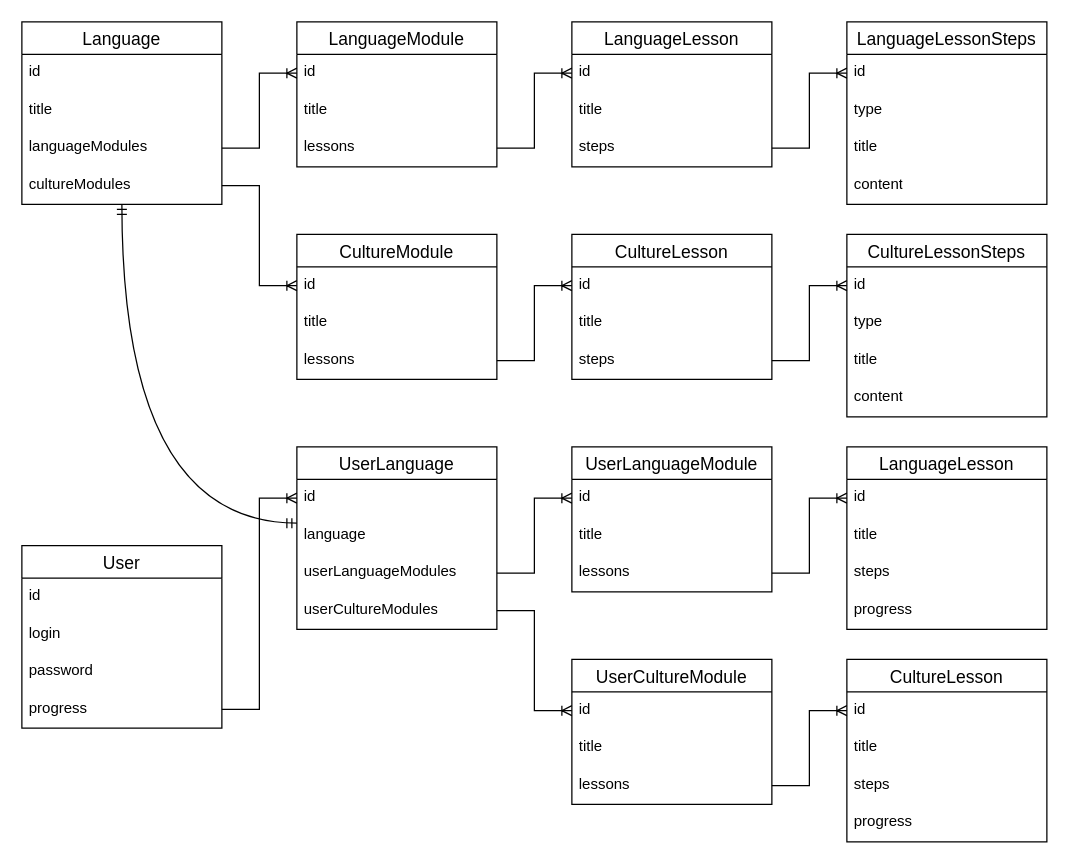
The draw.io diagram server/LearLangServerModel.drawio in Arteminariy/LearnLang, before the edit. Source tidied: cells renumbered, new cells numbered last; positions are measured from the earlier drawing's top-left corner, leaving out a move shared by most shapes. Both pictures are drawn from the tidied source at 125%, with x=0, y=0 at pixel (21, 21).
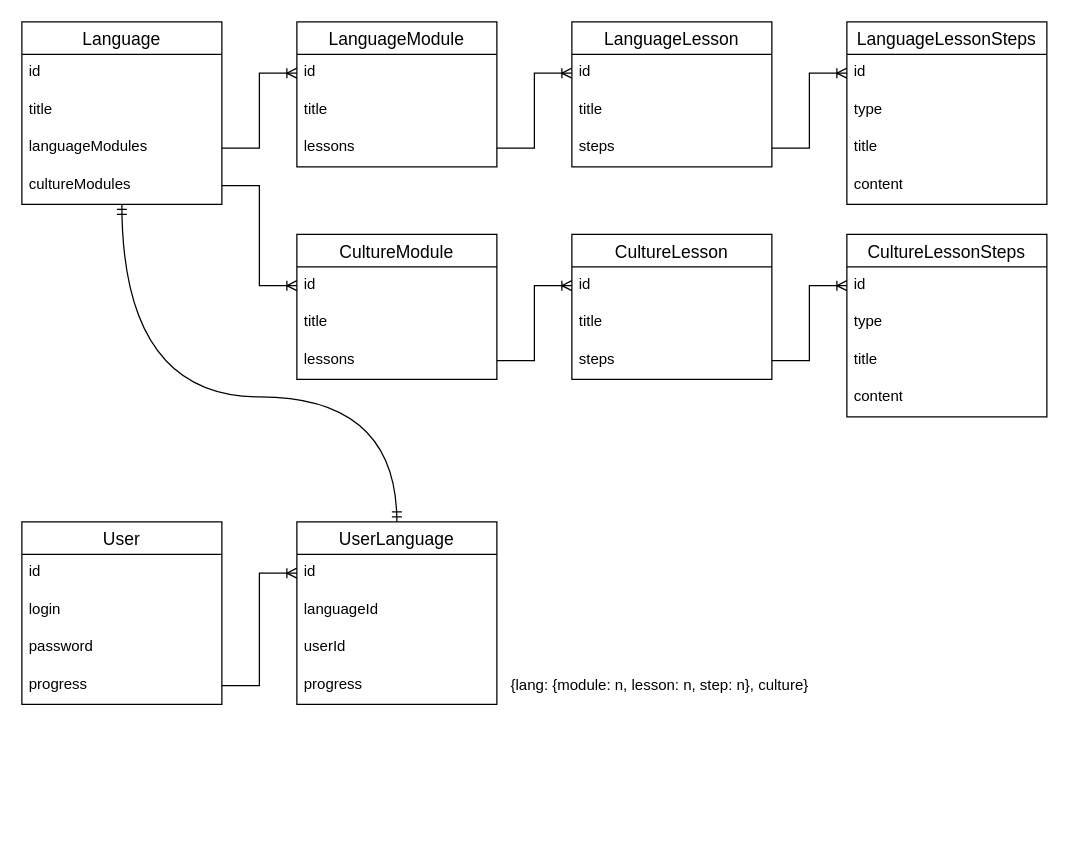
The same page after the edit.

The change refers to these unchanged cells:
```xml
<mxCell id="15" value="cultureModules" style="text;strokeColor=none;fillColor=none;spacingLeft=4;spacingRight=4;overflow=hidden;points=[[0,0.5],[1,0.5]];portConstraint=eastwest;fontSize=12;whiteSpace=wrap;html=1;" parent="11" vertex="1">
  <mxGeometry y="116" width="160" height="30" as="geometry" />
</mxCell>
```

What changed in the source:
```diff
@@
     <mxCell id="39" value="User" style="swimlane;fontStyle=0;horizontal=1;startSize=26;align=center;fontSize=14;" parent="1" vertex="1">
-      <mxGeometry y="419" width="160" height="146" as="geometry" />
+      <mxGeometry y="400" width="160" height="146" as="geometry" />
     </mxCell>
@@
-    <mxCell id="44" value="UserLanguageModule" style="swimlane;fontStyle=0;horizontal=1;startSize=26;align=center;fontSize=14;" parent="1" vertex="1">
-      <mxGeometry x="440" y="340" width="160" height="116" as="geometry" />
-    </mxCell>
-    <mxCell id="45" value="id" style="text;strokeColor=none;fillColor=none;spacingLeft=4;spacingRight=4;overflow=hidden;points=[[0,0.5],[1,0.5]];portConstraint=eastwest;fontSize=12;whiteSpace=wrap;html=1;" parent="44" vertex="1">
-      <mxGeometry y="26" width="160" height="30" as="geometry" />
-    </mxCell>
-    <mxCell id="46" value="title" style="text;strokeColor=none;fillColor=none;spacingLeft=4;spacingRight=4;overflow=hidden;fontSize=12;whiteSpace=wrap;html=1;" parent="44" vertex="1">
-      <mxGeometry y="56" width="160" height="30" as="geometry" />
-    </mxCell>
-    <mxCell id="47" value="lessons" style="text;strokeColor=none;fillColor=none;spacingLeft=4;spacingRight=4;overflow=hidden;points=[[0,0.5],[1,0.5]];portConstraint=eastwest;fontSize=12;whiteSpace=wrap;html=1;" parent="44" vertex="1">
-      <mxGeometry y="86" width="160" height="30" as="geometry" />
-    </mxCell>
-    <mxCell id="48" value="LanguageLesson" style="swimlane;fontStyle=0;horizontal=1;startSize=26;align=center;fontSize=14;" parent="1" vertex="1">
-      <mxGeometry x="660" y="340" width="160" height="146" as="geometry" />
-    </mxCell>
-    <mxCell id="49" value="id" style="text;strokeColor=none;fillColor=none;spacingLeft=4;spacingRight=4;overflow=hidden;points=[[0,0.5],[1,0.5]];portConstraint=eastwest;fontSize=12;whiteSpace=wrap;html=1;" parent="48" vertex="1">
-      <mxGeometry y="26" width="160" height="30" as="geometry" />
-    </mxCell>
-    <mxCell id="50" value="title" style="text;strokeColor=none;fillColor=none;spacingLeft=4;spacingRight=4;overflow=hidden;fontSize=12;whiteSpace=wrap;html=1;" parent="48" vertex="1">
-      <mxGeometry y="56" width="160" height="30" as="geometry" />
-    </mxCell>
-    <mxCell id="51" value="steps" style="text;strokeColor=none;fillColor=none;spacingLeft=4;spacingRight=4;overflow=hidden;fontSize=12;whiteSpace=wrap;html=1;" parent="48" vertex="1">
-      <mxGeometry y="86" width="160" height="30" as="geometry" />
-    </mxCell>
-    <mxCell id="52" value="progress" style="text;strokeColor=none;fillColor=none;spacingLeft=4;spacingRight=4;overflow=hidden;fontSize=12;whiteSpace=wrap;html=1;" parent="48" vertex="1">
-      <mxGeometry y="116" width="160" height="30" as="geometry" />
-    </mxCell>
-    <mxCell id="53" style="edgeStyle=entityRelationEdgeStyle;fontSize=12;html=1;endArrow=ERoneToMany;rounded=0;" parent="1" edge="1" source="47" target="49">
-      <mxGeometry relative="1" as="geometry" />
-    </mxCell>
     <mxCell id="54" value="UserLanguage" style="swimlane;fontStyle=0;horizontal=1;startSize=26;align=center;fontSize=14;" parent="1" vertex="1">
-      <mxGeometry x="220" y="340" width="160" height="146" as="geometry" />
+      <mxGeometry x="220" y="400" width="160" height="146" as="geometry" />
     </mxCell>
@@
-    <mxCell id="56" value="language" style="text;strokeColor=none;fillColor=none;spacingLeft=4;spacingRight=4;overflow=hidden;points=[[0,0.5],[1,0.5]];portConstraint=eastwest;fontSize=12;whiteSpace=wrap;html=1;" parent="54" vertex="1">
+    <mxCell id="56" value="languageId" style="text;strokeColor=none;fillColor=none;spacingLeft=4;spacingRight=4;overflow=hidden;points=[[0,0.5],[1,0.5]];portConstraint=eastwest;fontSize=12;whiteSpace=wrap;html=1;" parent="54" vertex="1">
       <mxGeometry y="56" width="160" height="30" as="geometry" />
     </mxCell>
-    <mxCell id="57" value="userLanguageModules" style="text;strokeColor=none;fillColor=none;spacingLeft=4;spacingRight=4;overflow=hidden;points=[[0,0.5],[1,0.5]];portConstraint=eastwest;fontSize=12;whiteSpace=wrap;html=1;" parent="54" vertex="1">
+    <mxCell id="57" value="userId" style="text;strokeColor=none;fillColor=none;spacingLeft=4;spacingRight=4;overflow=hidden;points=[[0,0.5],[1,0.5]];portConstraint=eastwest;fontSize=12;whiteSpace=wrap;html=1;" parent="54" vertex="1">
       <mxGeometry y="86" width="160" height="30" as="geometry" />
     </mxCell>
-    <mxCell id="58" value="userCultureModules" style="text;strokeColor=none;fillColor=none;spacingLeft=4;spacingRight=4;overflow=hidden;points=[[0,0.5],[1,0.5]];portConstraint=eastwest;fontSize=12;whiteSpace=wrap;html=1;" parent="54" vertex="1">
-      <mxGeometry y="116" width="160" height="30" as="geometry" />
-    </mxCell>
-    <mxCell id="59" style="edgeStyle=entityRelationEdgeStyle;fontSize=12;html=1;endArrow=ERoneToMany;rounded=0;" parent="1" edge="1" source="57" target="45">
-      <mxGeometry relative="1" as="geometry" />
-    </mxCell>
-    <mxCell id="60" value="UserCultureModule" style="swimlane;fontStyle=0;horizontal=1;startSize=26;align=center;fontSize=14;" parent="1" vertex="1">
-      <mxGeometry x="440" y="510" width="160" height="116" as="geometry" />
-    </mxCell>
-    <mxCell id="61" value="id" style="text;strokeColor=none;fillColor=none;spacingLeft=4;spacingRight=4;overflow=hidden;points=[[0,0.5],[1,0.5]];portConstraint=eastwest;fontSize=12;whiteSpace=wrap;html=1;" parent="60" vertex="1">
-      <mxGeometry y="26" width="160" height="30" as="geometry" />
-    </mxCell>
-    <mxCell id="62" value="title" style="text;strokeColor=none;fillColor=none;spacingLeft=4;spacingRight=4;overflow=hidden;fontSize=12;whiteSpace=wrap;html=1;" parent="60" vertex="1">
-      <mxGeometry y="56" width="160" height="30" as="geometry" />
-    </mxCell>
-    <mxCell id="63" value="lessons" style="text;strokeColor=none;fillColor=none;spacingLeft=4;spacingRight=4;overflow=hidden;points=[[0,0.5],[1,0.5]];portConstraint=eastwest;fontSize=12;whiteSpace=wrap;html=1;" parent="60" vertex="1">
-      <mxGeometry y="86" width="160" height="30" as="geometry" />
-    </mxCell>
-    <mxCell id="64" style="edgeStyle=entityRelationEdgeStyle;fontSize=12;html=1;endArrow=ERoneToMany;rounded=0;" parent="1" edge="1" source="58" target="61">
-      <mxGeometry relative="1" as="geometry" />
-    </mxCell>
-    <mxCell id="65" value="CultureLesson" style="swimlane;fontStyle=0;horizontal=1;startSize=26;align=center;fontSize=14;" parent="1" vertex="1">
-      <mxGeometry x="660" y="510" width="160" height="146" as="geometry" />
-    </mxCell>
-    <mxCell id="66" value="id" style="text;strokeColor=none;fillColor=none;spacingLeft=4;spacingRight=4;overflow=hidden;points=[[0,0.5],[1,0.5]];portConstraint=eastwest;fontSize=12;whiteSpace=wrap;html=1;" parent="65" vertex="1">
-      <mxGeometry y="26" width="160" height="30" as="geometry" />
-    </mxCell>
-    <mxCell id="67" value="title" style="text;strokeColor=none;fillColor=none;spacingLeft=4;spacingRight=4;overflow=hidden;fontSize=12;whiteSpace=wrap;html=1;" parent="65" vertex="1">
-      <mxGeometry y="56" width="160" height="30" as="geometry" />
-    </mxCell>
-    <mxCell id="68" value="steps" style="text;strokeColor=none;fillColor=none;spacingLeft=4;spacingRight=4;overflow=hidden;fontSize=12;whiteSpace=wrap;html=1;" parent="65" vertex="1">
-      <mxGeometry y="86" width="160" height="30" as="geometry" />
-    </mxCell>
-    <mxCell id="69" value="progress" style="text;strokeColor=none;fillColor=none;spacingLeft=4;spacingRight=4;overflow=hidden;fontSize=12;whiteSpace=wrap;html=1;" parent="65" vertex="1">
-      <mxGeometry y="116" width="160" height="30" as="geometry" />
-    </mxCell>
-    <mxCell id="70" style="edgeStyle=entityRelationEdgeStyle;fontSize=12;html=1;endArrow=ERoneToMany;rounded=0;" parent="1" edge="1" source="63" target="66">
-      <mxGeometry relative="1" as="geometry" />
-    </mxCell>
+    <mxCell id="74" value="progress" style="text;strokeColor=none;fillColor=none;spacingLeft=4;spacingRight=4;overflow=hidden;fontSize=12;whiteSpace=wrap;html=1;" parent="54" vertex="1">
+      <mxGeometry y="116" width="160" height="30" as="geometry" />
+    </mxCell>
@@
-    <mxCell id="73" style="edgeStyle=orthogonalEdgeStyle;fontSize=12;html=1;endArrow=ERmandOne;startArrow=ERmandOne;rounded=0;curved=1;" parent="1" edge="1" source="56" target="15">
+    <mxCell id="73" style="edgeStyle=orthogonalEdgeStyle;fontSize=12;html=1;endArrow=ERmandOne;startArrow=ERmandOne;rounded=0;curved=1;exitX=0.5;exitY=0;exitDx=0;exitDy=0;" parent="1" edge="1" source="54" target="15">
       <mxGeometry relative="1" as="geometry">
         <Array as="points">
-          <mxPoint x="80" y="401" />
+          <mxPoint x="300" y="300" />
+          <mxPoint x="80" y="300" />
         </Array>
       </mxGeometry>
     </mxCell>
+    <mxCell id="75" value="{lang: {module: n, lesson: n, step: n}, culture}" style="text;html=1;align=center;verticalAlign=middle;strokeColor=none;fillColor=none;" parent="1" vertex="1">
+      <mxGeometry x="380" y="516" width="260" height="30" as="geometry" />
+    </mxCell>
```
